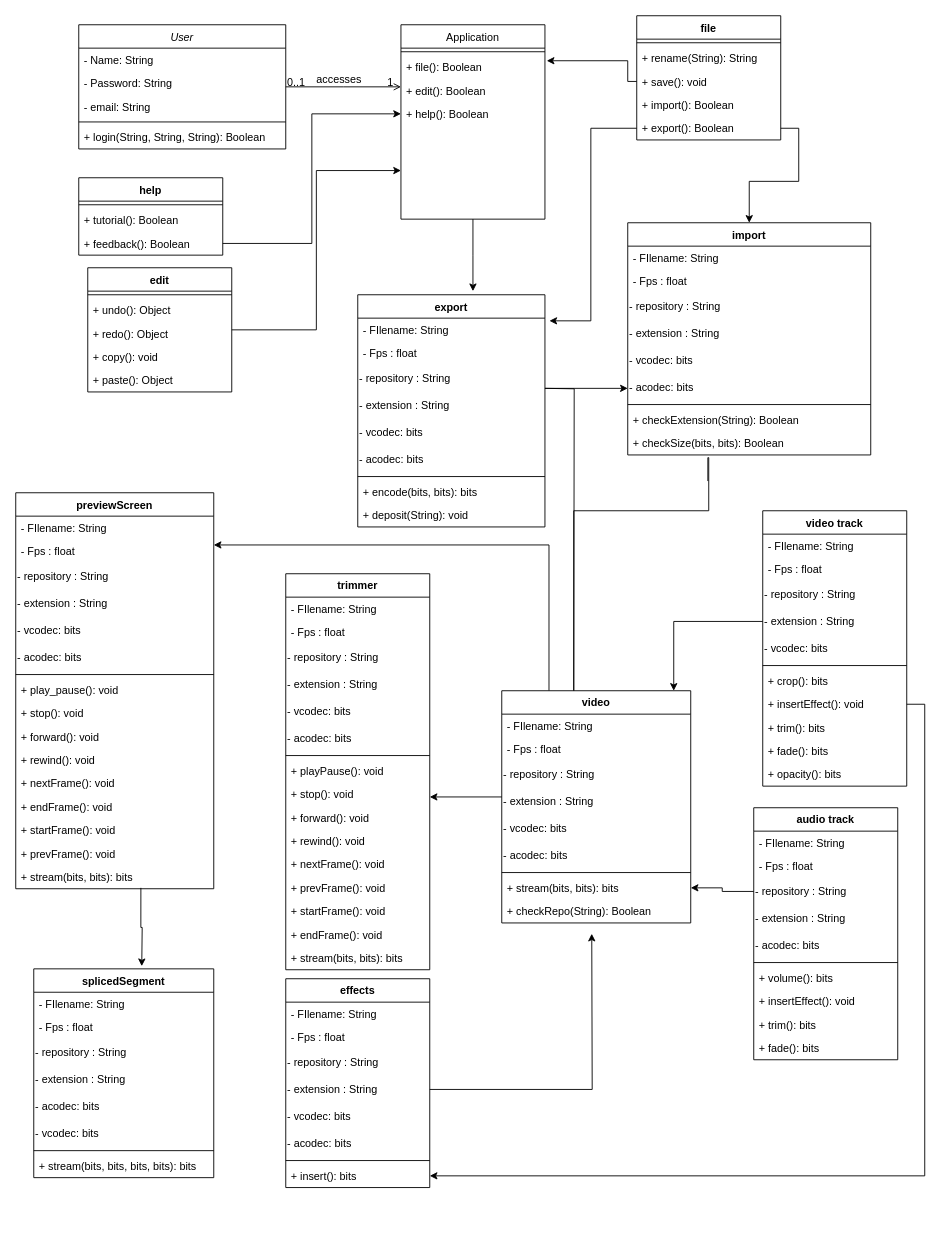
Earlier version of the draw.io diagram Video Editior.drawio (TonyAMO/Video-Editors). Source tidied: cells renumbered, new cells numbered last; positions are measured from the earlier drawing's top-left corner, leaving out a move shared by most shapes. Both pictures are drawn from the tidied source at 90%, with x=0, y=0 at pixel (15, 15).
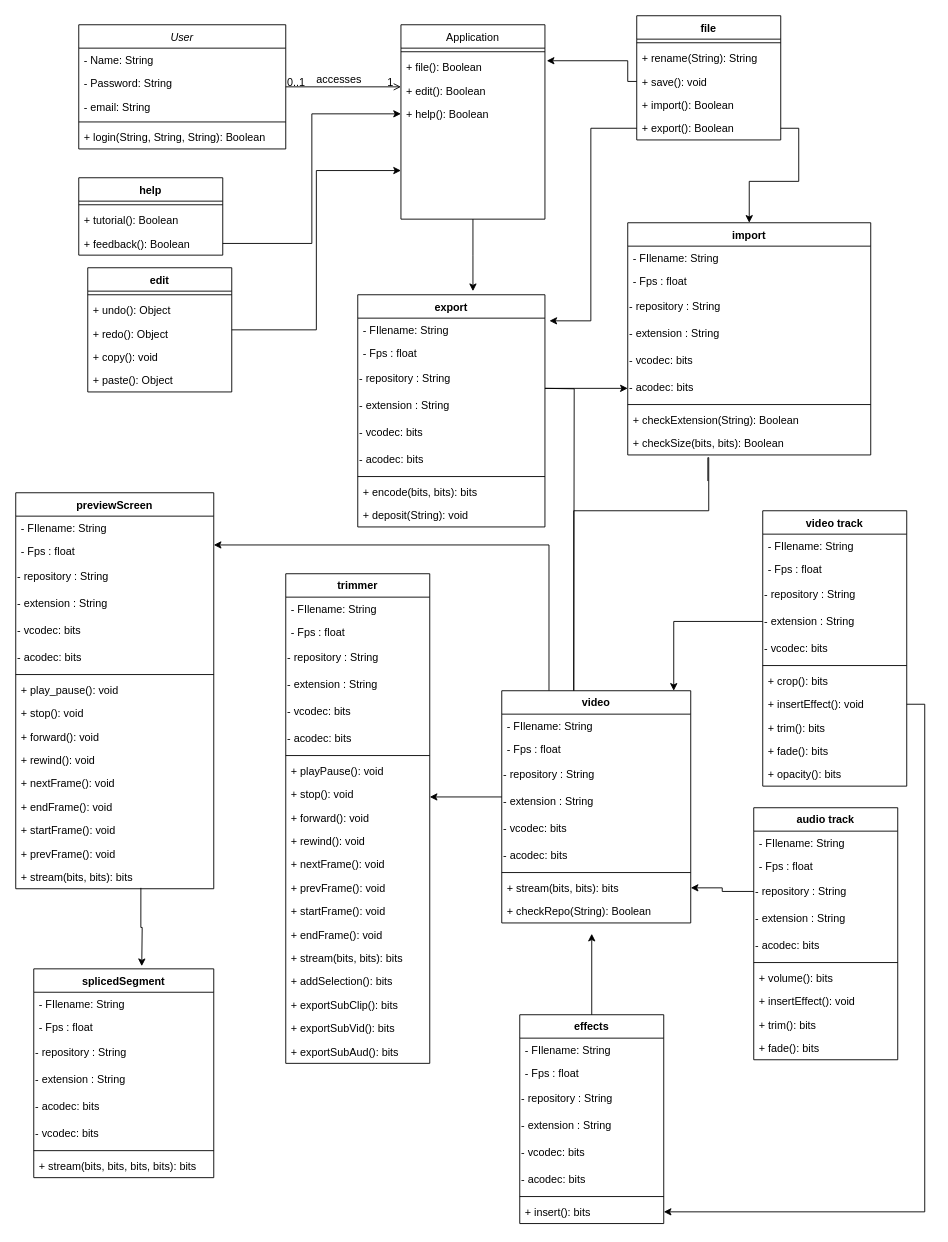
The same page after the edit.

The change refers to these unchanged cells:
```xml
<mxCell id="72" value="- extension : String" style="text;html=1;align=left;verticalAlign=middle;points=[];strokeColor=none;fillColor=none;" parent="68" vertex="1">
  <mxGeometry y="108" width="160" height="30" as="geometry" />
</mxCell>
```

Diff of the diagram source:
```diff
@@
     <mxCell id="23" value="trimmer" style="swimlane;fontStyle=1;align=center;verticalAlign=top;horizontal=1;startSize=26;" parent="1" vertex="1">
-      <mxGeometry x="300" y="620" width="160" height="440" as="geometry" />
+      <mxGeometry x="300" y="620" width="160" height="544" as="geometry" />
     </mxCell>
@@
+    <mxCell id="154" value="+ addSelection(): bits" style="text;strokeColor=none;fillColor=none;align=left;verticalAlign=top;spacingLeft=4;spacingRight=4;overflow=hidden;" parent="23" vertex="1">
+      <mxGeometry y="440" width="160" height="26" as="geometry" />
+    </mxCell>
+    <mxCell id="155" value="+ exportSubClip(): bits" style="text;strokeColor=none;fillColor=none;align=left;verticalAlign=top;spacingLeft=4;spacingRight=4;overflow=hidden;" parent="23" vertex="1">
+      <mxGeometry y="466" width="160" height="26" as="geometry" />
+    </mxCell>
+    <mxCell id="156" value="+ exportSubVid(): bits" style="text;strokeColor=none;fillColor=none;align=left;verticalAlign=top;spacingLeft=4;spacingRight=4;overflow=hidden;" parent="23" vertex="1">
+      <mxGeometry y="492" width="160" height="26" as="geometry" />
+    </mxCell>
+    <mxCell id="157" value="+ exportSubAud(): bits" style="text;strokeColor=none;fillColor=none;align=left;verticalAlign=top;spacingLeft=4;spacingRight=4;overflow=hidden;" parent="23" vertex="1">
+      <mxGeometry y="518" width="160" height="26" as="geometry" />
+    </mxCell>
@@
     <mxCell id="68" value="effects" style="swimlane;fontStyle=1;align=center;verticalAlign=top;horizontal=1;startSize=26;" parent="1" vertex="1">
-      <mxGeometry x="300" y="1070" width="160" height="232" as="geometry" />
+      <mxGeometry x="560" y="1110" width="160" height="232" as="geometry" />
     </mxCell>
@@
-    <mxCell id="106" style="edgeStyle=orthogonalEdgeStyle;rounded=0;jettySize=auto;html=1;" parent="1" edge="1" source="72">
+    <mxCell id="106" style="edgeStyle=orthogonalEdgeStyle;rounded=0;orthogonalLoop=1;jettySize=auto;html=1;" parent="1" edge="1">
       <mxGeometry relative="1" as="geometry">
+        <mxPoint x="640" y="1110" as="sourcePoint" />
         <mxPoint x="640" y="1020" as="targetPoint" />
       </mxGeometry>
     </mxCell>
```
